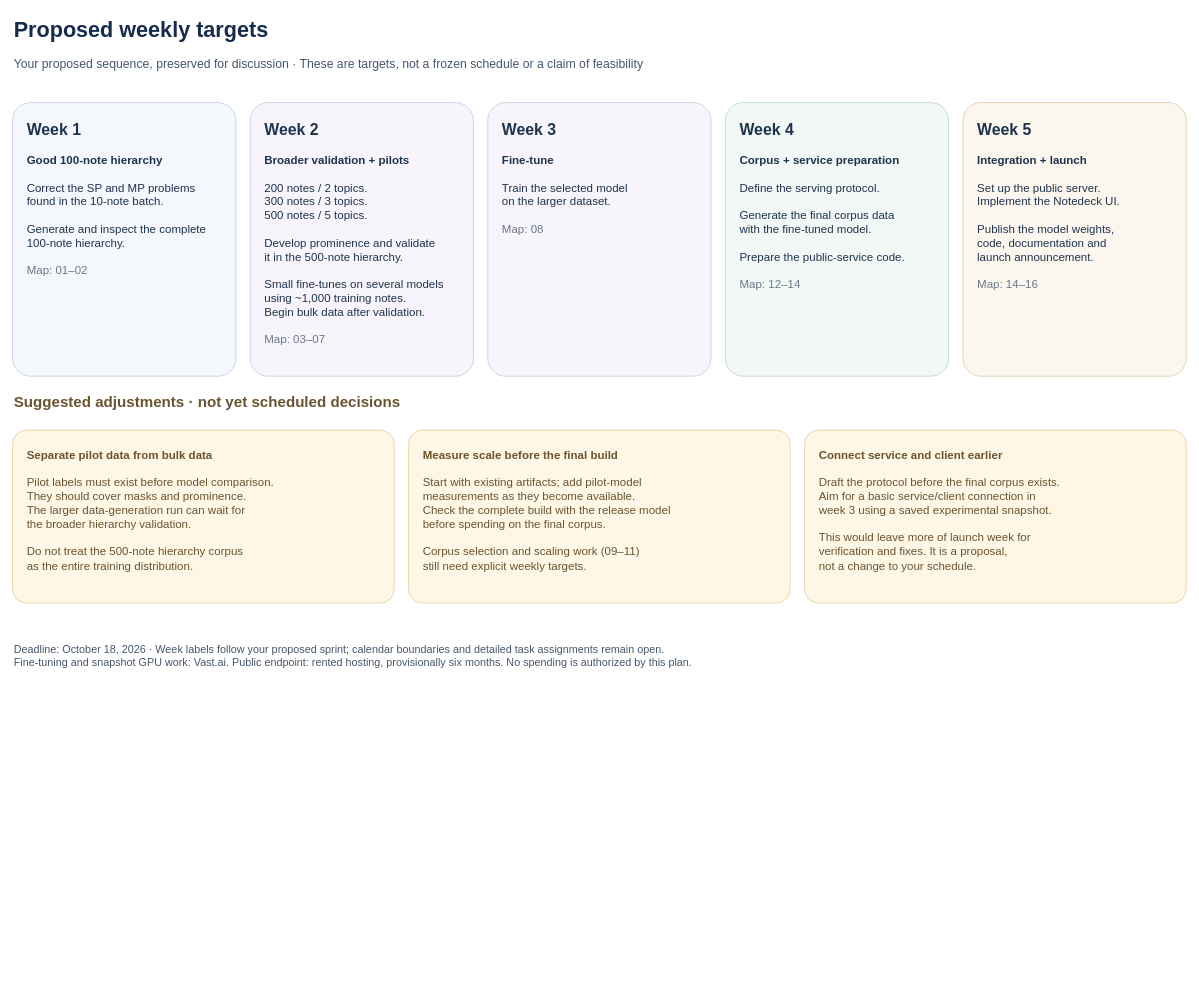
This is page "2 — Proposed weekly targets" (2 of 2) of docs/planning/october-18-release.drawio from kernelkind/oracle-research, a draw.io file, before an edit. Source tidied: cells renumbered, new cells numbered last; positions are measured from the earlier drawing's top-left corner, leaving out a move shared by most shapes. Both pictures are drawn from the tidied source at 72%, with x=0, y=0 at pixel (12, 12).
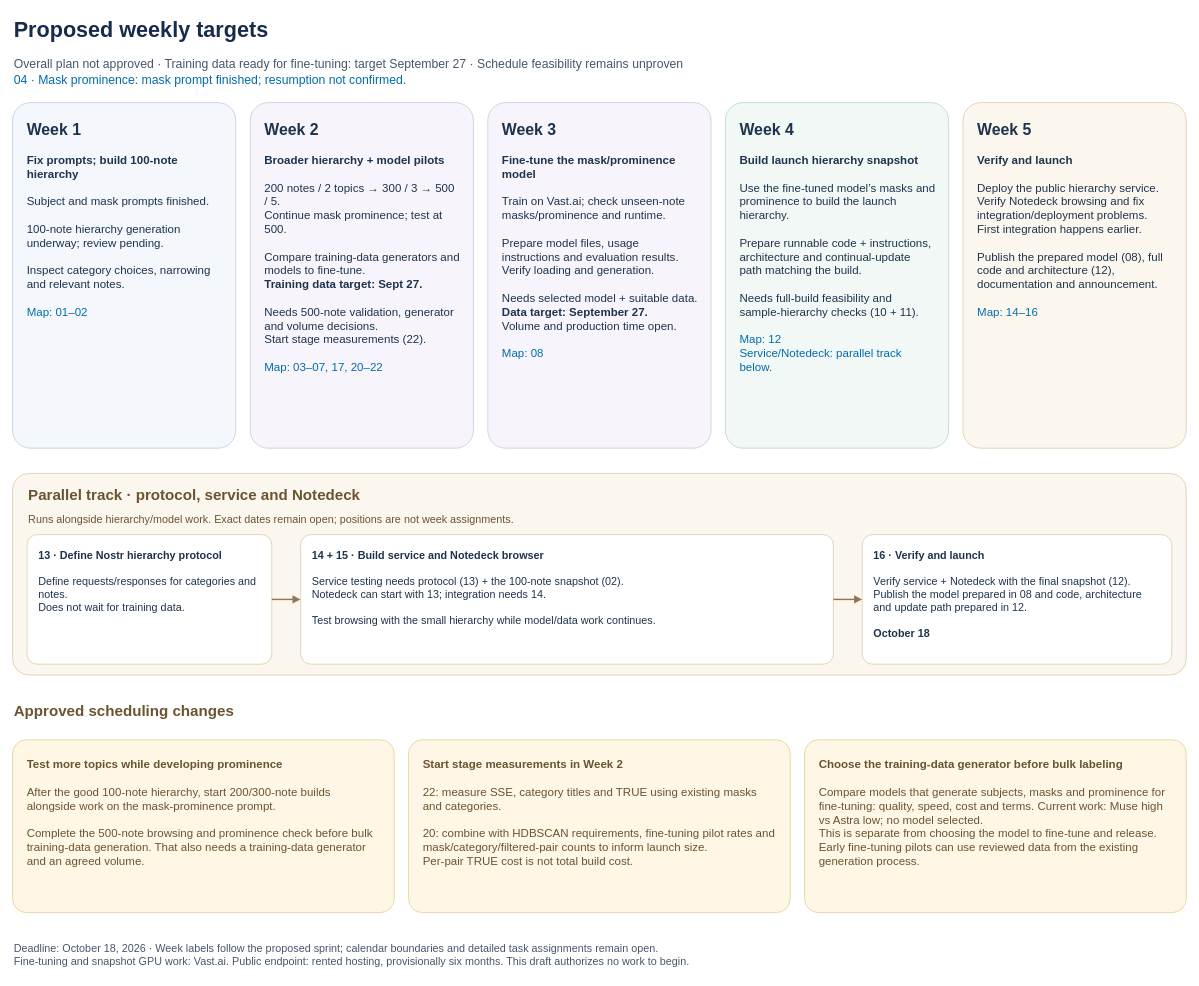
The same diagram, later.

What changed in the source:
```diff
@@
-<mxGraphModel background="#ffffff">
+<mxGraphModel background="light-dark(#ffffff, #161b22)">
@@
-    <mxCell id="2" value="Proposed weekly targets" style="text;html=1;align=left;verticalAlign=middle;fontSize=30;fontStyle=1;fontColor=#172b4d;" parent="1" vertex="1">
+    <mxCell id="2" value="Proposed weekly targets" style="text;html=1;align=left;verticalAlign=middle;fontSize=30;fontStyle=1;fontColor=light-dark(#172b4d, #e6edf3);" parent="1" vertex="1">
       <mxGeometry width="1600" height="45" as="geometry" />
     </mxCell>
-    <mxCell id="3" value="Your proposed sequence, preserved for discussion · These are targets, not a frozen schedule or a claim of feasibility" style="text;html=1;align=left;verticalAlign=middle;fontSize=17;fontColor=#45566c;" parent="1" vertex="1">
-      <mxGeometry y="55" width="1600" height="35" as="geometry" />
+    <mxCell id="3" value="Overall plan not approved · Training data ready for fine-tuning: target September 27 · Schedule feasibility remains unproven&lt;br&gt;&lt;font color=&quot;light-dark(#6b7788, #bac6d3)&quot;&gt;04 · Mask prominence: mask prompt finished; resumption not confirmed.&lt;/font&gt;" style="text;html=1;align=left;verticalAlign=middle;fontSize=17;fontColor=light-dark(#45566c, #bac6d3);" parent="1" vertex="1">
+      <mxGeometry y="55" width="1600" height="55" as="geometry" />
     </mxCell>
-    <mxCell id="4" value="&lt;font style=&quot;font-size:22px&quot;&gt;&lt;b&gt;Week 1&lt;/b&gt;&lt;/font&gt;&lt;br&gt;&lt;br&gt;&lt;b&gt;Good 100-note hierarchy&lt;/b&gt;&lt;br&gt;&lt;br&gt;Correct the SP and MP problems&lt;br&gt;found in the 10-note batch.&lt;br&gt;&lt;br&gt;Generate and inspect the complete&lt;br&gt;100-note hierarchy.&lt;br&gt;&lt;br&gt;&lt;font color=&quot;#6b7788&quot;&gt;Map: 01–02&lt;/font&gt;" style="rounded=1;arcSize=8;whiteSpace=wrap;html=1;fillColor=#f4f7fc;strokeColor=#b7c8e0;align=left;verticalAlign=top;spacing=20;fontSize=16;fontColor=#1e334d;" parent="1" vertex="1">
-      <mxGeometry y="125" width="310" height="380" as="geometry" />
+    <mxCell id="4" value="&lt;font style=&quot;font-size:22px&quot;&gt;&lt;b&gt;Week 1&lt;/b&gt;&lt;/font&gt;&lt;br&gt;&lt;br&gt;&lt;b&gt;Fix prompts; build 100-note hierarchy&lt;/b&gt;&lt;br&gt;&lt;br&gt;Subject and mask prompts finished.&lt;br&gt;&lt;br&gt;100-note hierarchy generation underway; review pending.&lt;br&gt;&lt;br&gt;Inspect category choices, narrowing and relevant notes.&lt;br&gt;&lt;br&gt;&lt;font color=&quot;light-dark(#6b7788, #bac6d3)&quot;&gt;Map: 01–02&lt;/font&gt;" style="rounded=1;arcSize=8;whiteSpace=wrap;html=1;fillColor=light-dark(#f4f7fc, #303c49);strokeColor=light-dark(#b7c8e0, #7c8da1);align=left;verticalAlign=top;spacing=20;fontSize=16;fontColor=light-dark(#1e334d, #e6edf3);" parent="1" vertex="1">
+      <mxGeometry y="125" width="310" height="480" as="geometry" />
     </mxCell>
-    <mxCell id="5" value="&lt;font style=&quot;font-size:22px&quot;&gt;&lt;b&gt;Week 2&lt;/b&gt;&lt;/font&gt;&lt;br&gt;&lt;br&gt;&lt;b&gt;Broader validation + pilots&lt;/b&gt;&lt;br&gt;&lt;br&gt;200 notes / 2 topics.&lt;br&gt;300 notes / 3 topics.&lt;br&gt;500 notes / 5 topics.&lt;br&gt;&lt;br&gt;Develop prominence and validate&lt;br&gt;it in the 500-note hierarchy.&lt;br&gt;&lt;br&gt;Small fine-tunes on several models&lt;br&gt;using ~1,000 training notes.&lt;br&gt;Begin bulk data after validation.&lt;br&gt;&lt;br&gt;&lt;font color=&quot;#6b7788&quot;&gt;Map: 03–07&lt;/font&gt;" style="rounded=1;arcSize=8;whiteSpace=wrap;html=1;fillColor=#f7f5fb;strokeColor=#cbbfdd;align=left;verticalAlign=top;spacing=20;fontSize=16;fontColor=#1e334d;" parent="1" vertex="1">
-      <mxGeometry x="330" y="125" width="310" height="380" as="geometry" />
+    <mxCell id="5" value="&lt;font style=&quot;font-size:22px&quot;&gt;&lt;b&gt;Week 2&lt;/b&gt;&lt;/font&gt;&lt;br&gt;&lt;br&gt;&lt;b&gt;Broader hierarchy + model pilots&lt;/b&gt;&lt;br&gt;&lt;br&gt;200 notes / 2 topics → 300 / 3 → 500 / 5.&lt;br&gt;Continue mask prominence; test at 500.&lt;br&gt;&lt;br&gt;Compare training-data generators and models to fine-tune.&lt;br&gt;&lt;b&gt;Training data target: Sept 27.&lt;/b&gt;&lt;br&gt;&lt;br&gt;Needs 500-note validation, generator and volume decisions.&lt;br&gt;Start stage measurements (22).&lt;br&gt;&lt;br&gt;&lt;font color=&quot;light-dark(#6b7788, #bac6d3)&quot;&gt;Map: 03–07, 17, 20–22&lt;/font&gt;" style="rounded=1;arcSize=8;whiteSpace=wrap;html=1;fillColor=light-dark(#f7f5fb, #303c49);strokeColor=light-dark(#cbbfdd, #7c8da1);align=left;verticalAlign=top;spacing=20;fontSize=16;fontColor=light-dark(#1e334d, #e6edf3);" parent="1" vertex="1">
+      <mxGeometry x="330" y="125" width="310" height="480" as="geometry" />
     </mxCell>
-    <mxCell id="6" value="&lt;font style=&quot;font-size:22px&quot;&gt;&lt;b&gt;Week 3&lt;/b&gt;&lt;/font&gt;&lt;br&gt;&lt;br&gt;&lt;b&gt;Fine-tune&lt;/b&gt;&lt;br&gt;&lt;br&gt;Train the selected model&lt;br&gt;on the larger dataset.&lt;br&gt;&lt;br&gt;&lt;font color=&quot;#6b7788&quot;&gt;Map: 08&lt;/font&gt;" style="rounded=1;arcSize=8;whiteSpace=wrap;html=1;fillColor=#f7f5fb;strokeColor=#cbbfdd;align=left;verticalAlign=top;spacing=20;fontSize=16;fontColor=#1e334d;" parent="1" vertex="1">
-      <mxGeometry x="660" y="125" width="310" height="380" as="geometry" />
+    <mxCell id="6" value="&lt;font style=&quot;font-size:22px&quot;&gt;&lt;b&gt;Week 3&lt;/b&gt;&lt;/font&gt;&lt;br&gt;&lt;br&gt;&lt;b&gt;Fine-tune the mask/prominence model&lt;/b&gt;&lt;br&gt;&lt;br&gt;Train on Vast.ai; check unseen-note masks/prominence and runtime.&lt;br&gt;&lt;br&gt;Prepare model files, usage instructions and evaluation results. Verify loading and generation.&lt;br&gt;&lt;br&gt;Needs selected model + suitable data.&lt;br&gt;&lt;b&gt;Data target: September 27.&lt;/b&gt;&lt;br&gt;Volume and production time open.&lt;br&gt;&lt;br&gt;&lt;font color=&quot;light-dark(#6b7788, #bac6d3)&quot;&gt;Map: 08&lt;/font&gt;" style="rounded=1;arcSize=8;whiteSpace=wrap;html=1;fillColor=light-dark(#f7f5fb, #303c49);strokeColor=light-dark(#cbbfdd, #7c8da1);align=left;verticalAlign=top;spacing=20;fontSize=16;fontColor=light-dark(#1e334d, #e6edf3);" parent="1" vertex="1">
+      <mxGeometry x="660" y="125" width="310" height="480" as="geometry" />
     </mxCell>
-    <mxCell id="7" value="&lt;font style=&quot;font-size:22px&quot;&gt;&lt;b&gt;Week 4&lt;/b&gt;&lt;/font&gt;&lt;br&gt;&lt;br&gt;&lt;b&gt;Corpus + service preparation&lt;/b&gt;&lt;br&gt;&lt;br&gt;Define the serving protocol.&lt;br&gt;&lt;br&gt;Generate the final corpus data&lt;br&gt;with the fine-tuned model.&lt;br&gt;&lt;br&gt;Prepare the public-service code.&lt;br&gt;&lt;br&gt;&lt;font color=&quot;#6b7788&quot;&gt;Map: 12–14&lt;/font&gt;" style="rounded=1;arcSize=8;whiteSpace=wrap;html=1;fillColor=#f1f8f6;strokeColor=#b1d0c5;align=left;verticalAlign=top;spacing=20;fontSize=16;fontColor=#1e334d;" parent="1" vertex="1">
-      <mxGeometry x="990" y="125" width="310" height="380" as="geometry" />
+    <mxCell id="7" value="&lt;font style=&quot;font-size:22px&quot;&gt;&lt;b&gt;Week 4&lt;/b&gt;&lt;/font&gt;&lt;br&gt;&lt;br&gt;&lt;b&gt;Build launch hierarchy snapshot&lt;/b&gt;&lt;br&gt;&lt;br&gt;Use the fine-tuned model’s masks and prominence to build the launch hierarchy.&lt;br&gt;&lt;br&gt;Prepare runnable code + instructions, architecture and continual-update path matching the build.&lt;br&gt;&lt;br&gt;Needs full-build feasibility and sample-hierarchy checks (10 + 11).&lt;br&gt;&lt;br&gt;&lt;font color=&quot;light-dark(#6b7788, #bac6d3)&quot;&gt;Map: 12&lt;br&gt;Service/Notedeck: parallel track below.&lt;/font&gt;" style="rounded=1;arcSize=8;whiteSpace=wrap;html=1;fillColor=light-dark(#f1f8f6, #303c49);strokeColor=light-dark(#b1d0c5, #7c8da1);align=left;verticalAlign=top;spacing=20;fontSize=16;fontColor=light-dark(#1e334d, #e6edf3);" parent="1" vertex="1">
+      <mxGeometry x="990" y="125" width="310" height="480" as="geometry" />
     </mxCell>
-    <mxCell id="8" value="&lt;font style=&quot;font-size:22px&quot;&gt;&lt;b&gt;Week 5&lt;/b&gt;&lt;/font&gt;&lt;br&gt;&lt;br&gt;&lt;b&gt;Integration + launch&lt;/b&gt;&lt;br&gt;&lt;br&gt;Set up the public server.&lt;br&gt;Implement the Notedeck UI.&lt;br&gt;&lt;br&gt;Publish the model weights,&lt;br&gt;code, documentation and&lt;br&gt;launch announcement.&lt;br&gt;&lt;br&gt;&lt;font color=&quot;#6b7788&quot;&gt;Map: 14–16&lt;/font&gt;" style="rounded=1;arcSize=8;whiteSpace=wrap;html=1;fillColor=#fcf7ee;strokeColor=#dac5a2;align=left;verticalAlign=top;spacing=20;fontSize=16;fontColor=#1e334d;" parent="1" vertex="1">
-      <mxGeometry x="1320" y="125" width="310" height="380" as="geometry" />
+    <mxCell id="8" value="&lt;font style=&quot;font-size:22px&quot;&gt;&lt;b&gt;Week 5&lt;/b&gt;&lt;/font&gt;&lt;br&gt;&lt;br&gt;&lt;b&gt;Verify and launch&lt;/b&gt;&lt;br&gt;&lt;br&gt;Deploy the public hierarchy service. Verify Notedeck browsing and fix integration/deployment problems.&lt;br&gt;First integration happens earlier.&lt;br&gt;&lt;br&gt;Publish the prepared model (08), full code and architecture (12), documentation and announcement.&lt;br&gt;&lt;br&gt;&lt;font color=&quot;light-dark(#6b7788, #bac6d3)&quot;&gt;Map: 14–16&lt;/font&gt;" style="rounded=1;arcSize=8;whiteSpace=wrap;html=1;fillColor=light-dark(#fcf7ee, #303c49);strokeColor=light-dark(#dac5a2, #7c8da1);align=left;verticalAlign=top;spacing=20;fontSize=16;fontColor=light-dark(#1e334d, #e6edf3);" parent="1" vertex="1">
+      <mxGeometry x="1320" y="125" width="310" height="480" as="geometry" />
     </mxCell>
+    <mxCell id="14" style="rounded=1;arcSize=8;html=1;fillColor=light-dark(#fcf7ee, #2c2620);strokeColor=light-dark(#dac5a2, #3d4958);" parent="1" vertex="1">
+      <mxGeometry y="640" width="1630" height="280" as="geometry" />
+    </mxCell>
+    <mxCell id="15" value="Parallel track · protocol, service and Notedeck" style="text;html=1;align=left;verticalAlign=middle;fontSize=21;fontStyle=1;fontColor=light-dark(#6a5330, #e6edf3);" parent="1" vertex="1">
+      <mxGeometry x="20" y="655" width="1590" height="30" as="geometry" />
+    </mxCell>
+    <mxCell id="16" value="Runs alongside hierarchy/model work. Exact dates remain open; positions are not week assignments." style="text;html=1;align=left;verticalAlign=middle;fontSize=15;fontColor=light-dark(#6a5330, #bac6d3);" parent="1" vertex="1">
+      <mxGeometry x="20" y="690" width="1590" height="25" as="geometry" />
+    </mxCell>
+    <mxCell id="17" value="&lt;b&gt;13 · Define Nostr hierarchy protocol&lt;/b&gt;&lt;br&gt;&lt;br&gt;Define requests/responses for categories and notes.&lt;br&gt;Does not wait for training data." style="rounded=1;arcSize=8;whiteSpace=wrap;html=1;fillColor=light-dark(#ffffff, #303c49);strokeColor=light-dark(#dac5a2, #7c8da1);align=left;verticalAlign=top;spacing=16;fontSize=15;fontColor=light-dark(#1e334d, #e6edf3);" parent="1" vertex="1">
+      <mxGeometry x="20" y="725" width="340" height="180" as="geometry" />
+    </mxCell>
+    <mxCell id="18" value="&lt;b&gt;14 + 15 · Build service and Notedeck browser&lt;/b&gt;&lt;br&gt;&lt;br&gt;Service testing needs protocol (13) + the 100-note snapshot (02).&lt;br&gt;Notedeck can start with 13; integration needs 14.&lt;br&gt;&lt;br&gt;Test browsing with the small hierarchy while model/data work continues." style="rounded=1;arcSize=8;whiteSpace=wrap;html=1;fillColor=light-dark(#ffffff, #303c49);strokeColor=light-dark(#dac5a2, #7c8da1);align=left;verticalAlign=top;spacing=16;fontSize=15;fontColor=light-dark(#1e334d, #e6edf3);" parent="1" vertex="1">
+      <mxGeometry x="400" y="725" width="740" height="180" as="geometry" />
+    </mxCell>
+    <mxCell id="19" value="&lt;b&gt;16 · Verify and launch&lt;/b&gt;&lt;br&gt;&lt;br&gt;Verify service + Notedeck with the final snapshot (12).&lt;br&gt;Publish the model prepared in 08 and code, architecture and update path prepared in 12.&lt;br&gt;&lt;br&gt;&lt;b&gt;October 18&lt;/b&gt;" style="rounded=1;arcSize=8;whiteSpace=wrap;html=1;fillColor=light-dark(#ffffff, #303c49);strokeColor=light-dark(#dac5a2, #7c8da1);align=left;verticalAlign=top;spacing=16;fontSize=15;fontColor=light-dark(#1e334d, #e6edf3);" parent="1" vertex="1">
+      <mxGeometry x="1180" y="725" width="430" height="180" as="geometry" />
+    </mxCell>
+    <mxCell id="20" style="edgeStyle=orthogonalEdgeStyle;rounded=0;html=1;endArrow=block;endFill=1;strokeColor=light-dark(#8c7756, #a5b4c5);strokeWidth=2;exitX=1;exitY=0.5;entryX=0;entryY=0.5;" parent="1" edge="1" source="17" target="18">
+      <mxGeometry relative="1" as="geometry" />
+    </mxCell>
+    <mxCell id="21" style="edgeStyle=orthogonalEdgeStyle;rounded=0;html=1;endArrow=block;endFill=1;strokeColor=light-dark(#8c7756, #a5b4c5);strokeWidth=2;exitX=1;exitY=0.5;entryX=0;entryY=0.5;" parent="1" edge="1" source="18" target="19">
+      <mxGeometry relative="1" as="geometry" />
+    </mxCell>
-    <mxCell id="9" value="Suggested adjustments · not yet scheduled decisions" style="text;html=1;align=left;verticalAlign=middle;fontSize=21;fontStyle=1;fontColor=#6a5330;" parent="1" vertex="1">
-      <mxGeometry y="520" width="1600" height="40" as="geometry" />
+    <mxCell id="9" value="Approved scheduling changes" style="text;html=1;align=left;verticalAlign=middle;fontSize=21;fontStyle=1;fontColor=light-dark(#6a5330, #e6edf3);" parent="1" vertex="1">
+      <mxGeometry y="950" width="1600" height="40" as="geometry" />
     </mxCell>
-    <mxCell id="10" value="&lt;b&gt;Separate pilot data from bulk data&lt;/b&gt;&lt;br&gt;&lt;br&gt;Pilot labels must exist before model comparison.&lt;br&gt;They should cover masks and prominence.&lt;br&gt;The larger data-generation run can wait for&lt;br&gt;the broader hierarchy validation.&lt;br&gt;&lt;br&gt;Do not treat the 500-note hierarchy corpus&lt;br&gt;as the entire training distribution." style="rounded=1;arcSize=8;whiteSpace=wrap;html=1;fillColor=#fff7e6;strokeColor=#e2c88f;align=left;verticalAlign=top;spacing=20;fontSize=16;fontColor=#6a5330;" parent="1" vertex="1">
-      <mxGeometry y="580" width="530" height="240" as="geometry" />
+    <mxCell id="10" value="&lt;b&gt;Test more topics while developing prominence&lt;/b&gt;&lt;br&gt;&lt;br&gt;After the good 100-note hierarchy, start 200/300-note builds alongside work on the mask-prominence prompt.&lt;br&gt;&lt;br&gt;Complete the 500-note browsing and prominence check before bulk training-data generation. That also needs a training-data generator and an agreed volume." style="rounded=1;arcSize=8;whiteSpace=wrap;html=1;fillColor=light-dark(#fff7e6, #332d24);strokeColor=light-dark(#e2c88f, #7c8da1);align=left;verticalAlign=top;spacing=20;fontSize=16;fontColor=light-dark(#6a5330, #e6edf3);" parent="1" vertex="1">
+      <mxGeometry y="1010" width="530" height="240" as="geometry" />
     </mxCell>
-    <mxCell id="11" value="&lt;b&gt;Measure scale before the final build&lt;/b&gt;&lt;br&gt;&lt;br&gt;Start with existing artifacts; add pilot-model&lt;br&gt;measurements as they become available.&lt;br&gt;Check the complete build with the release model&lt;br&gt;before spending on the final corpus.&lt;br&gt;&lt;br&gt;Corpus selection and scaling work (09–11)&lt;br&gt;still need explicit weekly targets." style="rounded=1;arcSize=8;whiteSpace=wrap;html=1;fillColor=#fff7e6;strokeColor=#e2c88f;align=left;verticalAlign=top;spacing=20;fontSize=16;fontColor=#6a5330;" parent="1" vertex="1">
-      <mxGeometry x="550" y="580" width="530" height="240" as="geometry" />
+    <mxCell id="11" value="&lt;b&gt;Start stage measurements in Week 2&lt;/b&gt;&lt;br&gt;&lt;br&gt;22: measure SSE, category titles and TRUE using existing masks and categories.&lt;br&gt;&lt;br&gt;20: combine with HDBSCAN requirements, fine-tuning pilot rates and mask/category/filtered-pair counts to inform launch size.&lt;br&gt;Per-pair TRUE cost is not total build cost." style="rounded=1;arcSize=8;whiteSpace=wrap;html=1;fillColor=light-dark(#fff7e6, #332d24);strokeColor=light-dark(#e2c88f, #7c8da1);align=left;verticalAlign=top;spacing=20;fontSize=16;fontColor=light-dark(#6a5330, #e6edf3);" parent="1" vertex="1">
+      <mxGeometry x="550" y="1010" width="530" height="240" as="geometry" />
     </mxCell>
-    <mxCell id="12" value="&lt;b&gt;Connect service and client earlier&lt;/b&gt;&lt;br&gt;&lt;br&gt;Draft the protocol before the final corpus exists.&lt;br&gt;Aim for a basic service/client connection in&lt;br&gt;week 3 using a saved experimental snapshot.&lt;br&gt;&lt;br&gt;This would leave more of launch week for&lt;br&gt;verification and fixes. It is a proposal,&lt;br&gt;not a change to your schedule." style="rounded=1;arcSize=8;whiteSpace=wrap;html=1;fillColor=#fff7e6;strokeColor=#e2c88f;align=left;verticalAlign=top;spacing=20;fontSize=16;fontColor=#6a5330;" parent="1" vertex="1">
-      <mxGeometry x="1100" y="580" width="530" height="240" as="geometry" />
-    </mxCell>
+    <mxCell id="22" value="&lt;b&gt;Choose the training-data generator before bulk labeling&lt;/b&gt;&lt;br&gt;&lt;br&gt;Compare models that generate subjects, masks and prominence for fine-tuning: quality, speed, cost and terms. Current work: Muse high vs Astra low; no model selected.&lt;br&gt;This is separate from choosing the model to fine-tune and release. Early fine-tuning pilots can use reviewed data from the existing generation process." style="rounded=1;arcSize=8;whiteSpace=wrap;html=1;fillColor=light-dark(#fff7e6, #332d24);strokeColor=light-dark(#e2c88f, #7c8da1);align=left;verticalAlign=top;spacing=20;fontSize=16;fontColor=light-dark(#6a5330, #e6edf3);" parent="1" vertex="1">
+      <mxGeometry x="1100" y="1010" width="530" height="240" as="geometry" />
+    </mxCell>
-    <mxCell id="13" value="Deadline: October 18, 2026 · Week labels follow your proposed sprint; calendar boundaries and detailed task assignments remain open.&lt;br&gt;Fine-tuning and snapshot GPU work: Vast.ai. Public endpoint: rented hosting, provisionally six months. No spending is authorized by this plan." style="text;html=1;align=left;verticalAlign=middle;fontSize=15;fontColor=#45566c;" parent="1" vertex="1">
-      <mxGeometry y="865" width="1630" height="55" as="geometry" />
+    <mxCell id="13" value="Deadline: October 18, 2026 · Week labels follow the proposed sprint; calendar boundaries and detailed task assignments remain open.&lt;br&gt;Fine-tuning and snapshot GPU work: Vast.ai. Public endpoint: rented hosting, provisionally six months. This draft authorizes no work to begin." style="text;html=1;align=left;verticalAlign=middle;fontSize=15;fontColor=light-dark(#45566c, #bac6d3);" parent="1" vertex="1">
+      <mxGeometry y="1280" width="1630" height="55" as="geometry" />
     </mxCell>
```
